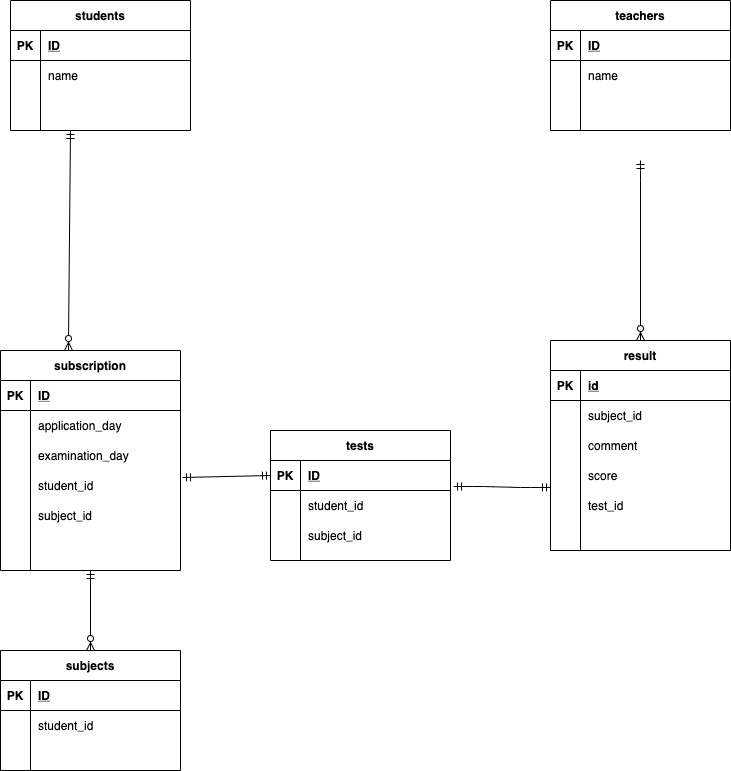
The draw.io diagram index.drawio.png in mkiim/ERD, before a commit. Source tidied: cells renumbered, new cells last; positions are measured from the earlier drawing's top-left corner, leaving out a move shared by most shapes.
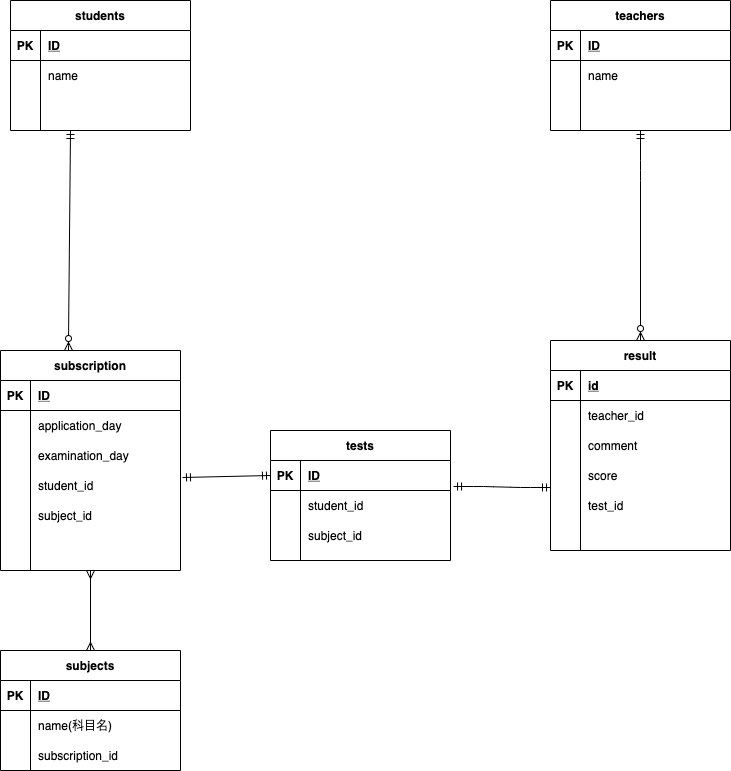
The same file after the commit.

Diff of the diagram source:
```diff
@@ -80,7 +80,7 @@
     <mxCell id="27" style="shape=partialRectangle;fillColor=none;top=0;left=0;bottom=0;right=0;overflow=hidden;" parent="26" vertex="1">
       <mxGeometry width="30" height="30" as="geometry" />
     </mxCell>
-    <mxCell id="28" value="subject_id" style="shape=partialRectangle;fillColor=none;top=0;left=0;bottom=0;right=0;align=left;spacingLeft=6;overflow=hidden;" parent="26" vertex="1">
+    <mxCell id="28" value="teacher_id" style="shape=partialRectangle;fillColor=none;top=0;left=0;bottom=0;right=0;align=left;spacingLeft=6;overflow=hidden;" parent="26" vertex="1">
       <mxGeometry x="30" width="150" height="30" as="geometry" />
     </mxCell>
     <mxCell id="29" style="shape=partialRectangle;fillColor=none;top=0;left=0;bottom=0;right=0;" parent="22" vertex="1">
@@ -128,7 +128,7 @@
     <mxCell id="43" style="shape=partialRectangle;fillColor=none;top=0;left=0;bottom=0;right=0;overflow=hidden;" parent="42" vertex="1">
       <mxGeometry width="30" height="30" as="geometry" />
     </mxCell>
-    <mxCell id="44" value="student_id" style="shape=partialRectangle;fillColor=none;top=0;left=0;bottom=0;right=0;align=left;spacingLeft=6;overflow=hidden;" parent="42" vertex="1">
+    <mxCell id="44" value="name(科目名)" style="shape=partialRectangle;fillColor=none;top=0;left=0;bottom=0;right=0;align=left;spacingLeft=6;overflow=hidden;" parent="42" vertex="1">
       <mxGeometry x="30" width="150" height="30" as="geometry" />
     </mxCell>
     <mxCell id="45" style="shape=partialRectangle;fillColor=none;top=0;left=0;bottom=0;right=0;" parent="38" vertex="1">
@@ -137,7 +137,7 @@
     <mxCell id="46" style="shape=partialRectangle;fillColor=none;top=0;left=0;bottom=0;right=0;overflow=hidden;" parent="45" vertex="1">
       <mxGeometry width="30" height="30" as="geometry" />
     </mxCell>
-    <mxCell id="47" style="shape=partialRectangle;fillColor=none;top=0;left=0;bottom=0;right=0;align=left;spacingLeft=6;overflow=hidden;" parent="45" vertex="1">
+    <mxCell id="47" value="subscription_id" style="shape=partialRectangle;fillColor=none;top=0;left=0;bottom=0;right=0;align=left;spacingLeft=6;overflow=hidden;" parent="45" vertex="1">
       <mxGeometry x="30" width="150" height="30" as="geometry" />
     </mxCell>
     <mxCell id="48" value="tests" style="shape=table;startSize=30;rowLines=0;fontStyle=1;align=center;" parent="1" vertex="1">
@@ -173,9 +173,8 @@
     <mxCell id="58" style="edgeStyle=none;rounded=0;orthogonalLoop=1;jettySize=auto;html=1;entryX=0;entryY=0.5;entryDx=0;entryDy=0;" parent="48" edge="1" source="49" target="49">
       <mxGeometry relative="1" as="geometry" />
     </mxCell>
-    <mxCell id="59" style="fontSize=12;html=1;endArrow=ERzeroToMany;startArrow=ERmandOne;entryX=0.5;entryY=0;entryDx=0;entryDy=0;" parent="1" edge="1" target="22">
+    <mxCell id="59" style="fontSize=12;html=1;endArrow=ERzeroToMany;startArrow=ERmandOne;entryX=0.5;entryY=0;entryDx=0;entryDy=0;exitX=0.5;exitY=1;exitDx=0;exitDy=0;" parent="1" edge="1" source="12" target="22">
       <mxGeometry relative="1" as="geometry">
-        <mxPoint x="640" y="160" as="sourcePoint" />
         <Array as="points">
           <mxPoint x="640" y="170" />
         </Array>
@@ -244,9 +243,10 @@
         </Array>
       </mxGeometry>
     </mxCell>
-    <mxCell id="79" style="fontSize=12;html=1;endArrow=ERzeroToMany;startArrow=ERmandOne;entryX=0.5;entryY=0;entryDx=0;entryDy=0;" parent="1" edge="1" target="38">
+    <mxCell id="79" style="fontSize=12;html=1;endArrow=ERmany;startArrow=ERmany;" parent="1" edge="1">
       <mxGeometry relative="1" as="geometry">
-        <mxPoint x="90" y="570" as="sourcePoint" />
+        <mxPoint x="90" y="650" as="sourcePoint" />
+        <mxPoint x="90" y="570" as="targetPoint" />
       </mxGeometry>
     </mxCell>
   </root>
```
